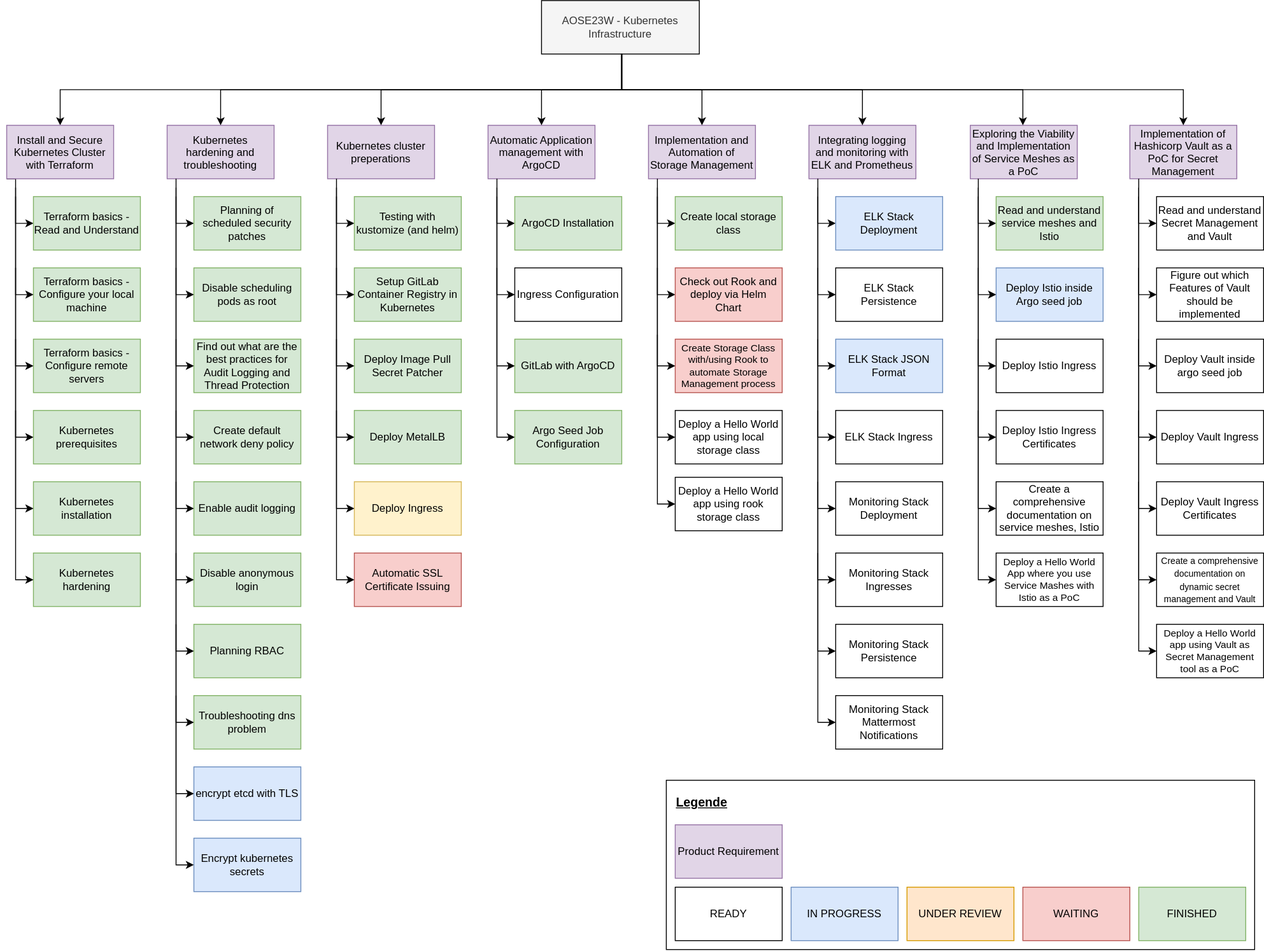
Before: uni-bsc/product-requirements-kubernetes-infrastructure.drawio.svg, a diagram exported from draw.io (pogii123/drawio-charts). Source tidied: cells renumbered, new cells last; positions are measured from the earlier drawing's top-left corner, leaving out a move shared by most shapes.
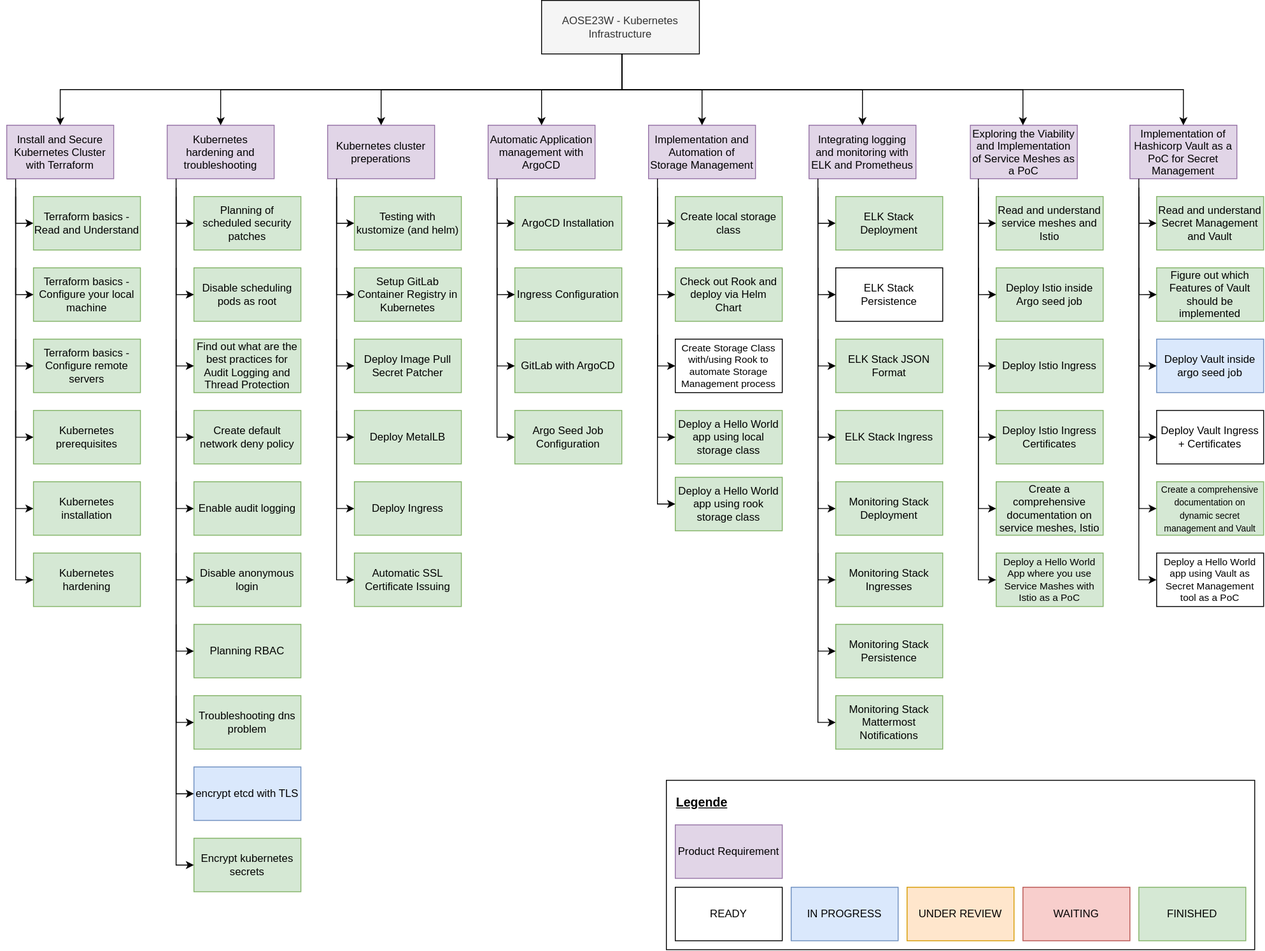
The same file after the commit.

Change to the diagram source:
```diff
@@ -310,7 +310,7 @@
     <mxCell id="55" value="encrypt etcd with TLS" style="rounded=0;whiteSpace=wrap;html=1;fillColor=#dae8fc;strokeColor=#6c8ebf;" parent="1" vertex="1">
       <mxGeometry x="210" y="860" width="120" height="60" as="geometry" />
     </mxCell>
-    <mxCell id="56" value="Encrypt kubernetes secrets" style="rounded=0;whiteSpace=wrap;html=1;fillColor=#dae8fc;strokeColor=#6c8ebf;" parent="1" vertex="1">
+    <mxCell id="56" value="Encrypt kubernetes secrets" style="rounded=0;whiteSpace=wrap;html=1;fillColor=#d5e8d4;strokeColor=#82b366;" parent="1" vertex="1">
       <mxGeometry x="210" y="940" width="120" height="60" as="geometry" />
     </mxCell>
     <mxCell id="57" style="edgeStyle=orthogonalEdgeStyle;rounded=0;orthogonalLoop=1;jettySize=auto;html=1;exitX=0;exitY=1;exitDx=0;exitDy=0;" parent="1" edge="1">
@@ -354,10 +354,10 @@
     <mxCell id="63" value="Deploy MetalLB" style="rounded=0;whiteSpace=wrap;html=1;fillColor=#d5e8d4;strokeColor=#82b366;" parent="1" vertex="1">
       <mxGeometry x="390" y="460" width="120" height="60" as="geometry" />
     </mxCell>
-    <mxCell id="64" value="Deploy Ingress" style="rounded=0;whiteSpace=wrap;html=1;fillColor=#fff2cc;strokeColor=#d6b656;" parent="1" vertex="1">
+    <mxCell id="64" value="Deploy Ingress" style="rounded=0;whiteSpace=wrap;html=1;fillColor=#d5e8d4;strokeColor=#82b366;" parent="1" vertex="1">
       <mxGeometry x="390" y="540" width="120" height="60" as="geometry" />
     </mxCell>
-    <mxCell id="65" value="Automatic SSL Certificate Issuing" style="rounded=0;whiteSpace=wrap;html=1;fillColor=#f8cecc;strokeColor=#b85450;" parent="1" vertex="1">
+    <mxCell id="65" value="Automatic SSL Certificate Issuing" style="rounded=0;whiteSpace=wrap;html=1;fillColor=#d5e8d4;strokeColor=#82b366;" parent="1" vertex="1">
       <mxGeometry x="390" y="620" width="120" height="60" as="geometry" />
     </mxCell>
     <mxCell id="66" style="edgeStyle=orthogonalEdgeStyle;rounded=0;jettySize=auto;html=1;exitX=0;exitY=1;exitDx=0;exitDy=0;entryX=0;entryY=0.5;entryDx=0;entryDy=0;" parent="1" edge="1" target="61">
@@ -420,7 +420,7 @@
     <mxCell id="72" value="ArgoCD Installation" style="rounded=0;whiteSpace=wrap;html=1;fillColor=#d5e8d4;strokeColor=#82b366;" parent="1" vertex="1">
       <mxGeometry x="570" y="220" width="120" height="60" as="geometry" />
     </mxCell>
-    <mxCell id="73" value="Ingress Configuration" style="rounded=0;whiteSpace=wrap;html=1;" parent="1" vertex="1">
+    <mxCell id="73" value="Ingress Configuration" style="rounded=0;whiteSpace=wrap;html=1;fillColor=#d5e8d4;strokeColor=#82b366;" parent="1" vertex="1">
       <mxGeometry x="570" y="300" width="120" height="60" as="geometry" />
     </mxCell>
     <mxCell id="74" value="GitLab with ArgoCD" style="rounded=0;whiteSpace=wrap;html=1;fillColor=#d5e8d4;strokeColor=#82b366;" parent="1" vertex="1">
@@ -469,7 +469,7 @@
     <mxCell id="80" value="Create local storage class" style="rounded=0;whiteSpace=wrap;html=1;fillColor=#d5e8d4;strokeColor=#82b366;" parent="1" vertex="1">
       <mxGeometry x="750" y="220" width="120" height="60" as="geometry" />
     </mxCell>
-    <mxCell id="81" value="Create Storage Class with/using Rook to automate Storage Management process" style="rounded=0;whiteSpace=wrap;html=1;fillColor=#f8cecc;strokeColor=#b85450;fontSize=11;" parent="1" vertex="1">
+    <mxCell id="81" value="Create Storage Class with/using Rook to automate Storage Management process" style="rounded=0;whiteSpace=wrap;html=1;fontSize=11;" parent="1" vertex="1">
       <mxGeometry x="750" y="380" width="120" height="60" as="geometry" />
     </mxCell>
     <mxCell id="82" style="edgeStyle=orthogonalEdgeStyle;rounded=0;orthogonalLoop=1;jettySize=auto;html=1;exitX=0;exitY=1;exitDx=0;exitDy=0;entryX=0;entryY=0.5;entryDx=0;entryDy=0;" parent="1" edge="1">
@@ -491,7 +491,7 @@
         </Array>
       </mxGeometry>
     </mxCell>
-    <mxCell id="84" value="Check out Rook and deploy via Helm Chart" style="rounded=0;whiteSpace=wrap;html=1;fillColor=#f8cecc;strokeColor=#b85450;" parent="1" vertex="1">
+    <mxCell id="84" value="Check out Rook and deploy via Helm Chart" style="rounded=0;whiteSpace=wrap;html=1;fillColor=#d5e8d4;strokeColor=#82b366;" parent="1" vertex="1">
       <mxGeometry x="750" y="300" width="120" height="60" as="geometry" />
     </mxCell>
     <mxCell id="85" style="edgeStyle=orthogonalEdgeStyle;rounded=0;jettySize=auto;html=1;entryX=0;entryY=0.5;entryDx=0;entryDy=0;" parent="1" edge="1" target="86">
@@ -503,22 +503,22 @@
         </Array>
       </mxGeometry>
     </mxCell>
-    <mxCell id="86" value="ELK Stack Deployment" style="rounded=0;whiteSpace=wrap;html=1;fillColor=#dae8fc;strokeColor=#6c8ebf;" parent="1" vertex="1">
+    <mxCell id="86" value="ELK Stack Deployment" style="rounded=0;whiteSpace=wrap;html=1;fillColor=#d5e8d4;strokeColor=#82b366;" parent="1" vertex="1">
       <mxGeometry x="930" y="220" width="120" height="60" as="geometry" />
     </mxCell>
     <mxCell id="87" value="ELK Stack Persistence" style="rounded=0;whiteSpace=wrap;html=1;" parent="1" vertex="1">
       <mxGeometry x="930" y="300" width="120" height="60" as="geometry" />
     </mxCell>
-    <mxCell id="88" value="ELK Stack JSON Format" style="rounded=0;whiteSpace=wrap;html=1;fillColor=#dae8fc;strokeColor=#6c8ebf;" parent="1" vertex="1">
+    <mxCell id="88" value="ELK Stack JSON Format" style="rounded=0;whiteSpace=wrap;html=1;fillColor=#d5e8d4;strokeColor=#82b366;" parent="1" vertex="1">
       <mxGeometry x="930" y="380" width="120" height="60" as="geometry" />
     </mxCell>
-    <mxCell id="89" value="ELK Stack Ingress" style="rounded=0;whiteSpace=wrap;html=1;" parent="1" vertex="1">
+    <mxCell id="89" value="ELK Stack Ingress" style="rounded=0;whiteSpace=wrap;html=1;fillColor=#d5e8d4;strokeColor=#82b366;" parent="1" vertex="1">
       <mxGeometry x="930" y="460" width="120" height="60" as="geometry" />
     </mxCell>
-    <mxCell id="90" value="Monitoring Stack Deployment" style="rounded=0;whiteSpace=wrap;html=1;" parent="1" vertex="1">
+    <mxCell id="90" value="Monitoring Stack Deployment" style="rounded=0;whiteSpace=wrap;html=1;fillColor=#d5e8d4;strokeColor=#82b366;" parent="1" vertex="1">
       <mxGeometry x="930" y="540" width="120" height="60" as="geometry" />
     </mxCell>
-    <mxCell id="91" value="Monitoring Stack Ingresses" style="rounded=0;whiteSpace=wrap;html=1;" parent="1" vertex="1">
+    <mxCell id="91" value="Monitoring Stack Ingresses" style="rounded=0;whiteSpace=wrap;html=1;fillColor=#d5e8d4;strokeColor=#82b366;" parent="1" vertex="1">
       <mxGeometry x="930" y="620" width="120" height="60" as="geometry" />
     </mxCell>
     <mxCell id="92" style="edgeStyle=orthogonalEdgeStyle;rounded=0;jettySize=auto;html=1;exitX=0;exitY=1;exitDx=0;exitDy=0;entryX=0;entryY=0.5;entryDx=0;entryDy=0;" parent="1" edge="1" target="87">
@@ -569,10 +569,10 @@
         </Array>
       </mxGeometry>
     </mxCell>
-    <mxCell id="97" value="Monitoring Stack Persistence" style="rounded=0;whiteSpace=wrap;html=1;" parent="1" vertex="1">
+    <mxCell id="97" value="Monitoring Stack Persistence" style="rounded=0;whiteSpace=wrap;html=1;fillColor=#d5e8d4;strokeColor=#82b366;" parent="1" vertex="1">
       <mxGeometry x="930" y="700" width="120" height="60" as="geometry" />
     </mxCell>
-    <mxCell id="98" value="Monitoring Stack Mattermost Notifications" style="rounded=0;whiteSpace=wrap;html=1;" parent="1" vertex="1">
+    <mxCell id="98" value="Monitoring Stack Mattermost Notifications" style="rounded=0;whiteSpace=wrap;html=1;fillColor=#d5e8d4;strokeColor=#82b366;" parent="1" vertex="1">
       <mxGeometry x="930" y="780" width="120" height="60" as="geometry" />
     </mxCell>
     <mxCell id="99" style="edgeStyle=orthogonalEdgeStyle;rounded=0;orthogonalLoop=1;jettySize=auto;html=1;exitX=0;exitY=1;exitDx=0;exitDy=0;" parent="1" edge="1">
@@ -607,16 +607,16 @@
     <mxCell id="102" value="Read and understand service meshes and Istio" style="rounded=0;whiteSpace=wrap;html=1;fillColor=#d5e8d4;strokeColor=#82b366;" parent="1" vertex="1">
       <mxGeometry x="1110" y="220" width="120" height="60" as="geometry" />
     </mxCell>
-    <mxCell id="103" value="Deploy Istio inside Argo seed job" style="rounded=0;whiteSpace=wrap;html=1;fillColor=#dae8fc;strokeColor=#6c8ebf;" parent="1" vertex="1">
+    <mxCell id="103" value="Deploy Istio inside Argo seed job" style="rounded=0;whiteSpace=wrap;html=1;fillColor=#d5e8d4;strokeColor=#82b366;" parent="1" vertex="1">
       <mxGeometry x="1110" y="300" width="120" height="60" as="geometry" />
     </mxCell>
-    <mxCell id="104" value="Deploy Istio Ingress" style="rounded=0;whiteSpace=wrap;html=1;" parent="1" vertex="1">
+    <mxCell id="104" value="Deploy Istio Ingress" style="rounded=0;whiteSpace=wrap;html=1;fillColor=#d5e8d4;strokeColor=#82b366;" parent="1" vertex="1">
       <mxGeometry x="1110" y="380" width="120" height="60" as="geometry" />
     </mxCell>
-    <mxCell id="105" value="Deploy Istio Ingress Certificates" style="rounded=0;whiteSpace=wrap;html=1;" parent="1" vertex="1">
+    <mxCell id="105" value="Deploy Istio Ingress Certificates" style="rounded=0;whiteSpace=wrap;html=1;fillColor=#d5e8d4;strokeColor=#82b366;" parent="1" vertex="1">
       <mxGeometry x="1110" y="460" width="120" height="60" as="geometry" />
     </mxCell>
-    <mxCell id="106" value="Create a comprehensive documentation on service meshes, Istio" style="rounded=0;whiteSpace=wrap;html=1;" parent="1" vertex="1">
+    <mxCell id="106" value="Create a comprehensive documentation on service meshes, Istio" style="rounded=0;whiteSpace=wrap;html=1;fillColor=#d5e8d4;strokeColor=#82b366;" parent="1" vertex="1">
       <mxGeometry x="1110" y="540" width="120" height="60" as="geometry" />
     </mxCell>
     <mxCell id="107" style="edgeStyle=orthogonalEdgeStyle;rounded=0;jettySize=auto;html=1;exitX=0;exitY=1;exitDx=0;exitDy=0;entryX=0;entryY=0.5;entryDx=0;entryDy=0;" parent="1" edge="1" target="103">
@@ -666,23 +666,20 @@
         </Array>
       </mxGeometry>
     </mxCell>
-    <mxCell id="112" value="Read and understand Secret Management and Vault" style="rounded=0;whiteSpace=wrap;html=1;" parent="1" vertex="1">
+    <mxCell id="112" value="Read and understand Secret Management and Vault" style="rounded=0;whiteSpace=wrap;html=1;fillColor=#d5e8d4;strokeColor=#82b366;" parent="1" vertex="1">
       <mxGeometry x="1290" y="220" width="120" height="60" as="geometry" />
     </mxCell>
-    <mxCell id="113" value="Figure out which Features of Vault should be implemented" style="rounded=0;whiteSpace=wrap;html=1;" parent="1" vertex="1">
+    <mxCell id="113" value="Figure out which Features of Vault should be implemented" style="rounded=0;whiteSpace=wrap;html=1;fillColor=#d5e8d4;strokeColor=#82b366;" parent="1" vertex="1">
       <mxGeometry x="1290" y="300" width="120" height="60" as="geometry" />
     </mxCell>
-    <mxCell id="114" value="Deploy Vault inside argo&amp;nbsp;&lt;span style=&quot;text-align: start;&quot; class=&quot;inline-comment-marker&quot;&gt;seed job&lt;/span&gt;" style="rounded=0;whiteSpace=wrap;html=1;" parent="1" vertex="1">
+    <mxCell id="114" value="Deploy Vault inside argo&amp;nbsp;&lt;span style=&quot;text-align: start;&quot; class=&quot;inline-comment-marker&quot;&gt;seed job&lt;/span&gt;" style="rounded=0;whiteSpace=wrap;html=1;fillColor=#dae8fc;strokeColor=#6c8ebf;" parent="1" vertex="1">
       <mxGeometry x="1290" y="380" width="120" height="60" as="geometry" />
     </mxCell>
-    <mxCell id="115" value="Deploy Vault Ingress" style="rounded=0;whiteSpace=wrap;html=1;" parent="1" vertex="1">
+    <mxCell id="115" value="Deploy Vault Ingress + Certificates" style="rounded=0;whiteSpace=wrap;html=1;" parent="1" vertex="1">
       <mxGeometry x="1290" y="460" width="120" height="60" as="geometry" />
     </mxCell>
-    <mxCell id="116" value="Deploy Vault Ingress Certificates" style="rounded=0;whiteSpace=wrap;html=1;" parent="1" vertex="1">
-      <mxGeometry x="1290" y="540" width="120" height="60" as="geometry" />
-    </mxCell>
-    <mxCell id="117" value="&lt;font style=&quot;font-size: 10px;&quot;&gt;Create a comprehensive documentation on dynamic secret management and Vault&lt;/font&gt;" style="rounded=0;whiteSpace=wrap;html=1;" parent="1" vertex="1">
-      <mxGeometry x="1290" y="620" width="120" height="60" as="geometry" />
+    <mxCell id="117" value="&lt;font style=&quot;font-size: 10px;&quot;&gt;Create a comprehensive documentation on dynamic secret management and Vault&lt;/font&gt;" style="rounded=0;whiteSpace=wrap;html=1;fillColor=#d5e8d4;strokeColor=#82b366;" parent="1" vertex="1">
+      <mxGeometry x="1290" y="540" width="120" height="60" as="geometry" />
     </mxCell>
     <mxCell id="118" style="edgeStyle=orthogonalEdgeStyle;rounded=0;jettySize=auto;html=1;exitX=0;exitY=1;exitDx=0;exitDy=0;entryX=0;entryY=0.5;entryDx=0;entryDy=0;" parent="1" edge="1" target="113">
       <mxGeometry relative="1" as="geometry">
@@ -732,7 +729,7 @@
         </Array>
       </mxGeometry>
     </mxCell>
-    <mxCell id="123" value="Deploy a Hello World App where you use Service Mashes with Istio as a PoC" style="rounded=0;whiteSpace=wrap;html=1;fontSize=11;" parent="1" vertex="1">
+    <mxCell id="123" value="Deploy a Hello World App where you use Service Mashes with Istio as a PoC" style="rounded=0;whiteSpace=wrap;html=1;fontSize=11;fillColor=#d5e8d4;strokeColor=#82b366;" parent="1" vertex="1">
       <mxGeometry x="1110" y="620" width="120" height="60" as="geometry" />
     </mxCell>
     <mxCell id="124" style="edgeStyle=orthogonalEdgeStyle;rounded=0;orthogonalLoop=1;jettySize=auto;html=1;exitX=0;exitY=1;exitDx=0;exitDy=0;" parent="1" edge="1">
@@ -745,10 +742,10 @@
         </Array>
       </mxGeometry>
     </mxCell>
-    <mxCell id="125" value="&lt;font style=&quot;font-size: 12px;&quot;&gt;Deploy a Hello World app using local storage class&lt;/font&gt;" style="rounded=0;whiteSpace=wrap;html=1;fontSize=11;" parent="1" vertex="1">
+    <mxCell id="125" value="&lt;font style=&quot;font-size: 12px;&quot;&gt;Deploy a Hello World app using local storage class&lt;/font&gt;" style="rounded=0;whiteSpace=wrap;html=1;fontSize=11;fillColor=#d5e8d4;strokeColor=#82b366;" parent="1" vertex="1">
       <mxGeometry x="750" y="460" width="120" height="60" as="geometry" />
     </mxCell>
-    <mxCell id="126" value="Deploy a Hello World app using rook storage class" style="rounded=0;whiteSpace=wrap;html=1;fontSize=12;" parent="1" vertex="1">
+    <mxCell id="126" value="Deploy a Hello World app using rook storage class" style="rounded=0;whiteSpace=wrap;html=1;fontSize=12;fillColor=#d5e8d4;strokeColor=#82b366;" parent="1" vertex="1">
       <mxGeometry x="750" y="535" width="120" height="60" as="geometry" />
     </mxCell>
     <mxCell id="127" style="edgeStyle=orthogonalEdgeStyle;rounded=0;orthogonalLoop=1;jettySize=auto;html=1;exitX=0;exitY=1;exitDx=0;exitDy=0;" parent="1" edge="1">
@@ -772,17 +769,7 @@
       </mxGeometry>
     </mxCell>
     <mxCell id="129" value="Deploy a Hello World app using Vault as Secret Management tool as a PoC" style="rounded=0;whiteSpace=wrap;html=1;fontSize=11;" parent="1" vertex="1">
-      <mxGeometry x="1290" y="700" width="120" height="60" as="geometry" />
+      <mxGeometry x="1290" y="620" width="120" height="60" as="geometry" />
     </mxCell>
-    <mxCell id="130" style="edgeStyle=orthogonalEdgeStyle;rounded=0;orthogonalLoop=1;jettySize=auto;html=1;exitX=0;exitY=1;exitDx=0;exitDy=0;" parent="1" edge="1">
-      <mxGeometry relative="1" as="geometry">
-        <mxPoint x="1270" y="540" as="sourcePoint" />
-        <mxPoint x="1290" y="730" as="targetPoint" />
-        <Array as="points">
-          <mxPoint x="1270" y="730" />
-          <mxPoint x="1290" y="730" />
-        </Array>
-      </mxGeometry>
-    </mxCell>
   </root>
 </mxGraphModel>
```
